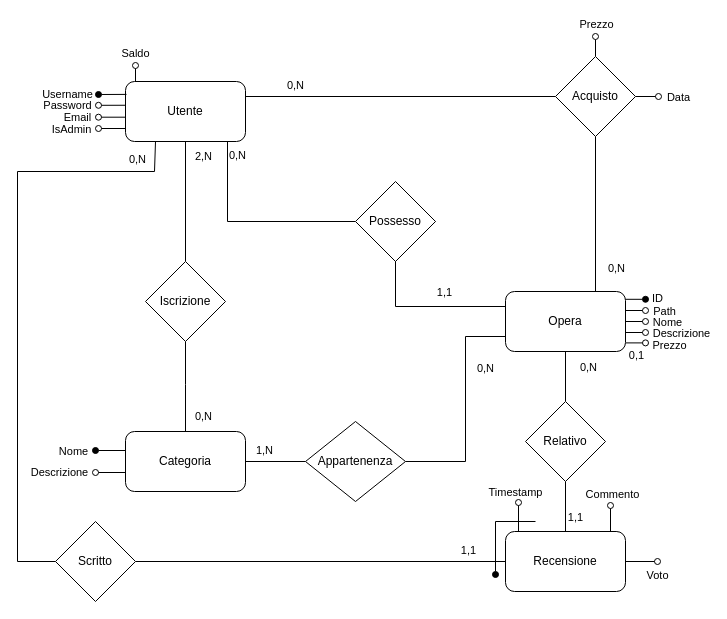
The draw.io diagram page "ristrutturato" (1 of 3) of DB/schema_ristrutturato.drawio in Giuseppe5000/TecWeb, before the edit. Source tidied: cells renumbered, new cells numbered last; positions are measured from the earlier drawing's top-left corner, leaving out a move shared by most shapes. Both pictures are drawn from the tidied source at 100%, with x=0, y=0 at pixel (17, 36).
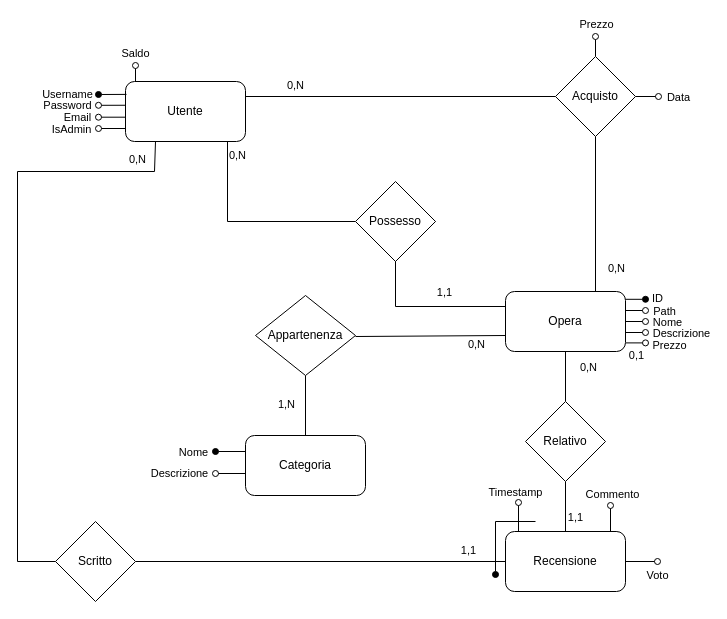
The same diagram, later.

Commit message (it also covers changes not shown here):
rimossa relazione 'iscrizione' e messi nomi e descrizione delle opere in sql #68 #69

Unchanged cells that the change refers to:
```xml
<mxCell id="7" value="Utente" style="rounded=1;whiteSpace=wrap;html=1;" parent="1" vertex="1">
  <mxGeometry x="108" y="45" width="120" height="60" as="geometry" />
</mxCell>
<mxCell id="24" value="Opera" style="rounded=1;whiteSpace=wrap;html=1;" parent="1" vertex="1">
  <mxGeometry x="488" y="255" width="120" height="60" as="geometry" />
</mxCell>
```

Diff of the diagram source:
```diff
@@
-    <mxCell id="5" style="edgeStyle=orthogonalEdgeStyle;rounded=0;jettySize=auto;html=1;exitX=0.5;exitY=1;exitDx=0;exitDy=0;entryX=0.5;entryY=0;entryDx=0;entryDy=0;endArrow=none;endFill=0;" parent="1" edge="1" source="7" target="51">
-      <mxGeometry relative="1" as="geometry" />
-    </mxCell>
@@
-    <mxCell id="12" style="edgeStyle=orthogonalEdgeStyle;rounded=0;jettySize=auto;html=1;exitX=0;exitY=0.75;exitDx=0;exitDy=0;entryX=1;entryY=0.5;entryDx=0;entryDy=0;endArrow=none;endFill=0;" parent="1" edge="1" source="24" target="55">
+    <mxCell id="12" style="edgeStyle=orthogonalEdgeStyle;rounded=0;orthogonalLoop=1;jettySize=auto;html=1;exitX=0;exitY=0.75;exitDx=0;exitDy=0;entryX=1;entryY=0.5;entryDx=0;entryDy=0;endArrow=none;endFill=0;" parent="1" edge="1">
       <mxGeometry relative="1" as="geometry">
+        <mxPoint x="488" y="300" as="sourcePoint" />
+        <mxPoint x="338" y="300" as="targetPoint" />
         <Array as="points">
-          <mxPoint x="448" y="300" />
-          <mxPoint x="448" y="425" />
+          <mxPoint x="488" y="299" />
+          <mxPoint x="338" y="299" />
         </Array>
       </mxGeometry>
     </mxCell>
@@
     <mxCell id="44" style="edgeStyle=orthogonalEdgeStyle;rounded=0;orthogonalLoop=1;jettySize=auto;html=1;exitX=0;exitY=0.25;exitDx=0;exitDy=0;endArrow=oval;endFill=1;" parent="1" edge="1">
       <mxGeometry relative="1" as="geometry">
-        <mxPoint x="108" y="414" as="sourcePoint" />
-        <mxPoint x="78" y="414" as="targetPoint" />
+        <mxPoint x="228" y="415" as="sourcePoint" />
+        <mxPoint x="198" y="415" as="targetPoint" />
       </mxGeometry>
     </mxCell>
@@
     <mxCell id="46" style="edgeStyle=orthogonalEdgeStyle;rounded=0;orthogonalLoop=1;jettySize=auto;html=1;exitX=0;exitY=0.75;exitDx=0;exitDy=0;endArrow=oval;endFill=0;spacing=2;" parent="1" edge="1">
       <mxGeometry relative="1" as="geometry">
-        <mxPoint x="108" y="436" as="sourcePoint" />
-        <mxPoint x="78" y="436" as="targetPoint" />
+        <mxPoint x="228" y="437" as="sourcePoint" />
+        <mxPoint x="198" y="437" as="targetPoint" />
       </mxGeometry>
     </mxCell>
@@
     <mxCell id="48" value="Categoria" style="rounded=1;whiteSpace=wrap;html=1;" parent="1" vertex="1">
-      <mxGeometry x="108" y="395" width="120" height="60" as="geometry" />
+      <mxGeometry x="228" y="399" width="120" height="60" as="geometry" />
     </mxCell>
@@
-    <mxCell id="50" style="edgeStyle=orthogonalEdgeStyle;rounded=0;jettySize=auto;html=1;exitX=0.5;exitY=1;exitDx=0;exitDy=0;entryX=0.5;entryY=0;entryDx=0;entryDy=0;endArrow=none;endFill=0;" parent="1" edge="1" source="51" target="48">
-      <mxGeometry relative="1" as="geometry">
-        <Array as="points">
-          <mxPoint x="168" y="348" />
-          <mxPoint x="168" y="348" />
-        </Array>
-      </mxGeometry>
-    </mxCell>
-    <mxCell id="51" value="Iscrizione" style="rhombus;whiteSpace=wrap;html=1;" parent="1" vertex="1">
-      <mxGeometry x="128" y="225" width="80" height="80" as="geometry" />
-    </mxCell>
@@
-    <mxCell id="53" value="0,N" style="edgeLabel;html=1;align=center;verticalAlign=middle;" parent="1" vertex="1">
-      <mxGeometry x="118" y="305" as="geometry">
-        <mxPoint x="67" y="74" as="offset" />
-      </mxGeometry>
-    </mxCell>
-    <mxCell id="54" style="edgeStyle=orthogonalEdgeStyle;rounded=0;jettySize=auto;html=1;exitX=0;exitY=0.5;exitDx=0;exitDy=0;entryX=1;entryY=0.5;entryDx=0;entryDy=0;endArrow=none;endFill=0;" parent="1" edge="1" source="55" target="48">
+    <mxCell id="54" style="edgeStyle=orthogonalEdgeStyle;rounded=0;jettySize=auto;html=1;exitX=0.5;exitY=1;exitDx=0;exitDy=0;entryX=0.5;entryY=0;entryDx=0;entryDy=0;endArrow=none;endFill=0;" parent="1" edge="1" source="55" target="48">
       <mxGeometry relative="1" as="geometry" />
     </mxCell>
     <mxCell id="55" value="Appartenenza" style="rhombus;whiteSpace=wrap;html=1;" parent="1" vertex="1">
-      <mxGeometry x="288" y="385" width="100" height="80" as="geometry" />
+      <mxGeometry x="238" y="259" width="100" height="80" as="geometry" />
     </mxCell>
     <mxCell id="56" value="0,N" style="edgeLabel;html=1;align=center;verticalAlign=middle;" parent="1" vertex="1">
-      <mxGeometry x="459" y="233" as="geometry">
+      <mxGeometry x="450" y="209" as="geometry">
         <mxPoint x="8" y="98" as="offset" />
       </mxGeometry>
     </mxCell>
     <mxCell id="57" value="1,N" style="edgeLabel;html=1;align=center;verticalAlign=middle;" parent="1" vertex="1">
-      <mxGeometry x="238" y="315" as="geometry">
+      <mxGeometry x="260" y="269" as="geometry">
         <mxPoint x="8" y="98" as="offset" />
       </mxGeometry>
     </mxCell>
@@
-    <mxCell id="63" value="2,N" style="edgeLabel;html=1;align=center;verticalAlign=middle;" parent="1" vertex="1">
-      <mxGeometry x="118" y="45" as="geometry">
-        <mxPoint x="67" y="74" as="offset" />
-      </mxGeometry>
-    </mxCell>
```
